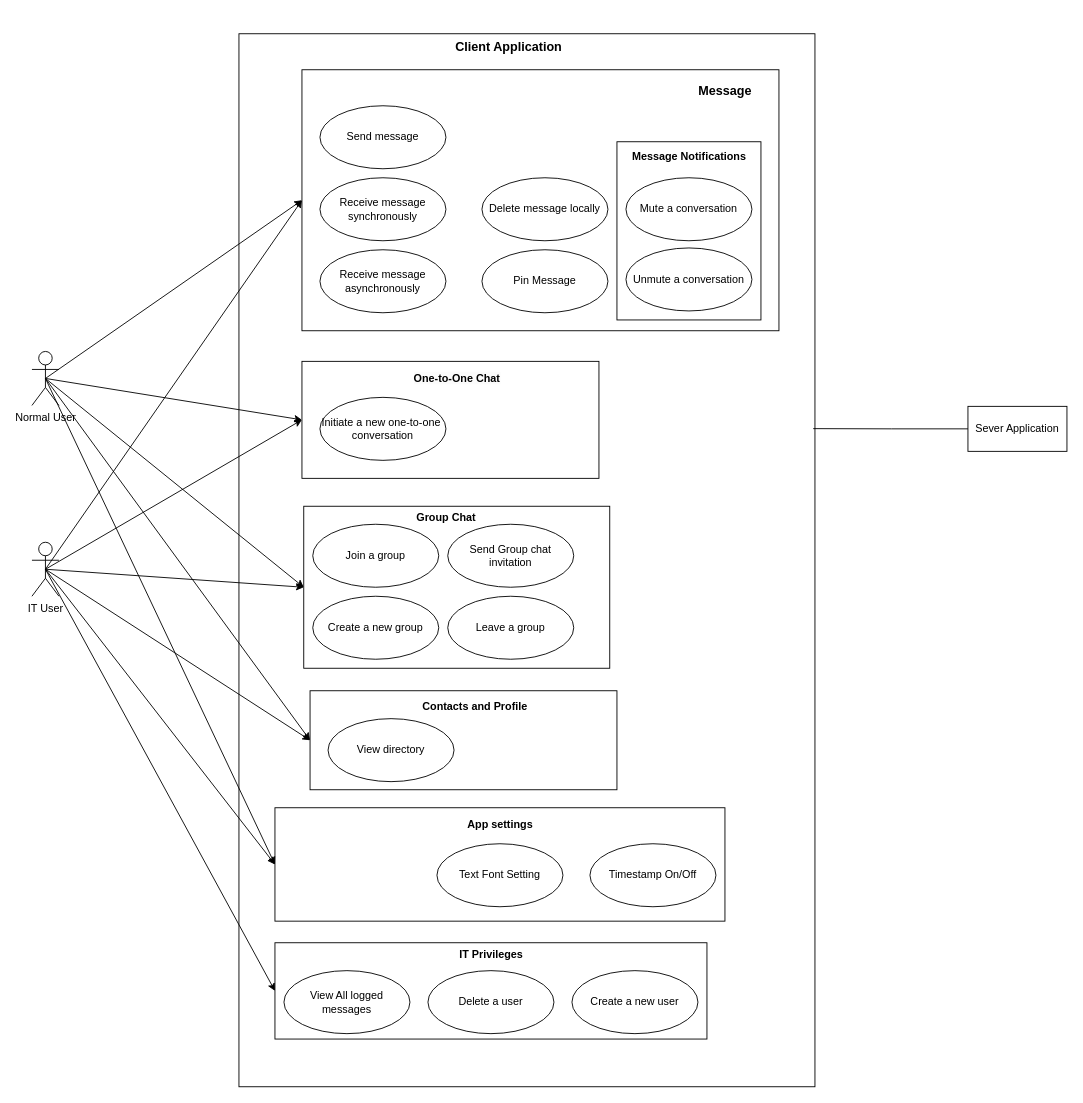
Earlier version of the draw.io diagram page "Page-1" (1 of 3) of Use_Case_Diagram/Use_Case_Diagram.drawio (Derion12/CS401_Communication_Project_Sp24). Source tidied: cells renumbered, new cells numbered last; positions are measured from the earlier drawing's top-left corner, leaving out a move shared by most shapes. Both pictures are drawn from the tidied source at 90%, with x=0, y=0 at pixel (32, 33).
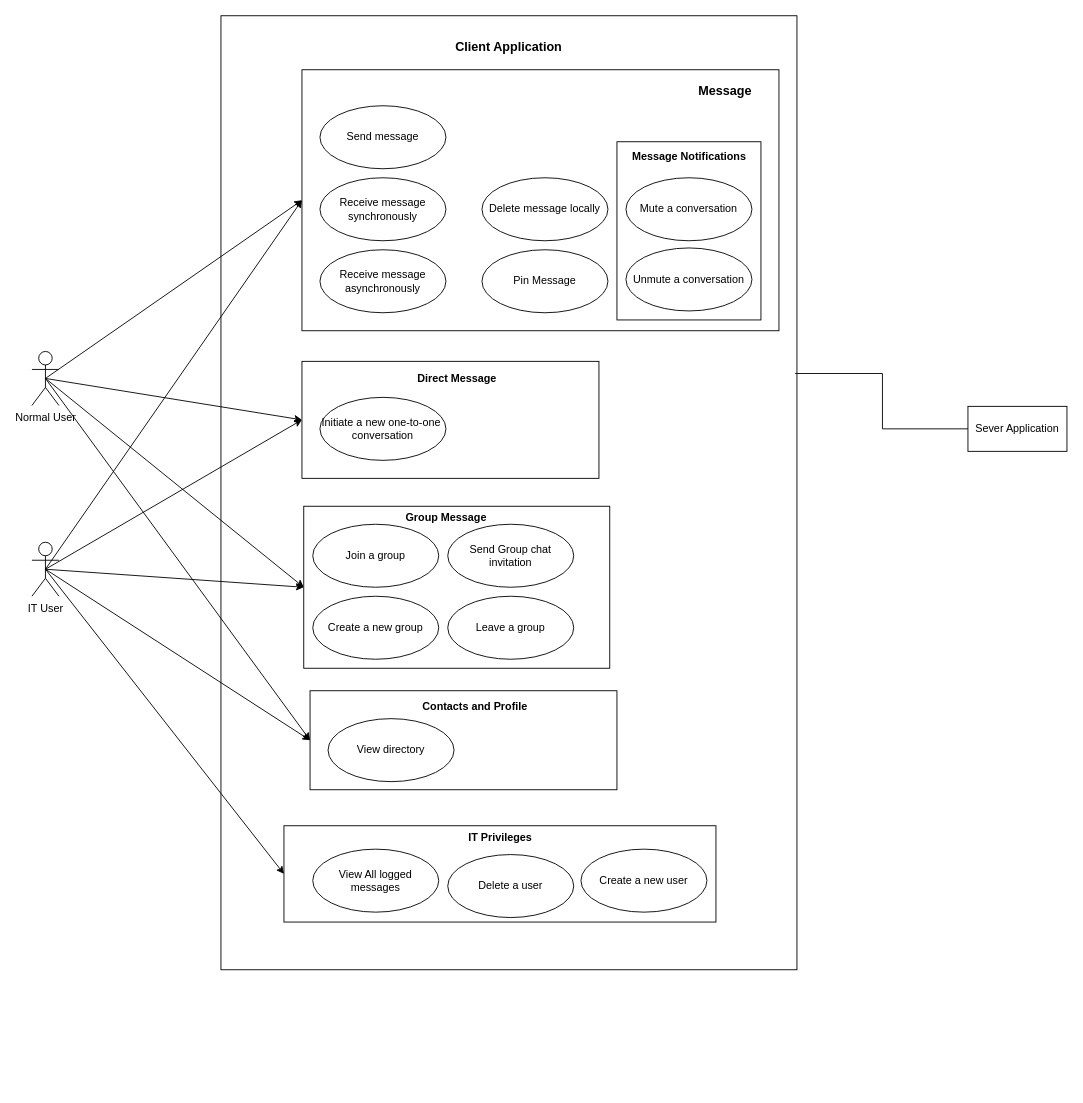
The same page after the edit.

Unchanged cells that the change refers to:
```xml
<mxCell id="14" value="Normal User" style="shape=umlActor;verticalLabelPosition=bottom;verticalAlign=top;html=1;" parent="1" vertex="1">
  <mxGeometry y="353" width="30" height="60" as="geometry" />
</mxCell>
<mxCell id="21" value="IT User" style="shape=umlActor;verticalLabelPosition=bottom;verticalAlign=top;html=1;" parent="1" vertex="1">
  <mxGeometry y="565" width="30" height="60" as="geometry" />
</mxCell>
```

The edit, as a diff of the source:
```diff
@@
     <mxCell id="2" style="rounded=0;whiteSpace=wrap;html=1;" parent="1" vertex="1">
-      <mxGeometry x="230" width="640" height="1170" as="geometry" />
+      <mxGeometry x="210" y="-20" width="640" height="1060" as="geometry" />
     </mxCell>
     <mxCell id="3" style="html=1;whiteSpace=wrap;" parent="1" vertex="1">
-      <mxGeometry x="270" y="1010" width="480" height="107" as="geometry" />
+      <mxGeometry x="280" y="880" width="480" height="107" as="geometry" />
     </mxCell>
-    <mxCell id="4" style="html=1;whiteSpace=wrap;" parent="1" vertex="1">
-      <mxGeometry x="270" y="860" width="500" height="126" as="geometry" />
-    </mxCell>
@@
-    <mxCell id="13" style="rounded=0;jettySize=auto;html=1;exitX=0.5;exitY=0.5;exitDx=0;exitDy=0;exitPerimeter=0;entryX=0;entryY=0.5;entryDx=0;entryDy=0;" parent="1" edge="1" source="14" target="4">
-      <mxGeometry relative="1" as="geometry" />
-    </mxCell>
@@
-    <mxCell id="19" style="rounded=0;jettySize=auto;html=1;exitX=0.5;exitY=0.5;exitDx=0;exitDy=0;exitPerimeter=0;entryX=0;entryY=0.5;entryDx=0;entryDy=0;" parent="1" edge="1" source="21" target="4">
-      <mxGeometry relative="1" as="geometry" />
-    </mxCell>
@@
-    <mxCell id="31" value="&lt;span style=&quot;color: rgb(0, 0, 0); font-family: Helvetica; font-size: 12px; font-style: normal; font-variant-ligatures: normal; font-variant-caps: normal; letter-spacing: normal; orphans: 2; text-align: center; text-indent: 0px; text-transform: none; widows: 2; word-spacing: 0px; -webkit-text-stroke-width: 0px; background-color: rgb(251, 251, 251); text-decoration-thickness: initial; text-decoration-style: initial; text-decoration-color: initial; float: none; display: inline !important;&quot;&gt;&lt;b&gt;One-to-One Chat&lt;/b&gt;&lt;/span&gt;" style="text;align=center;fontStyle=0;verticalAlign=middle;spacingLeft=3;spacingRight=3;strokeColor=none;html=1;" parent="1" vertex="1">
+    <mxCell id="31" value="&lt;b&gt;Direct Message&lt;/b&gt;" style="text;align=center;fontStyle=0;verticalAlign=middle;spacingLeft=3;spacingRight=3;strokeColor=none;html=1;" parent="1" vertex="1">
       <mxGeometry x="432" y="370" width="80" height="26" as="geometry" />
     </mxCell>
@@
-    <mxCell id="33" value="Group Chat" style="text;align=center;fontStyle=1;verticalAlign=middle;spacingLeft=3;spacingRight=3;strokeColor=none;html=1;" parent="1" vertex="1">
+    <mxCell id="33" value="Group Message" style="text;align=center;fontStyle=1;verticalAlign=middle;spacingLeft=3;spacingRight=3;strokeColor=none;html=1;" parent="1" vertex="1">
       <mxGeometry x="420" y="525" width="80" height="26" as="geometry" />
     </mxCell>
@@
-    <mxCell id="41" value="Text Font Setting" style="ellipse;whiteSpace=wrap;html=1;" parent="1" vertex="1">
-      <mxGeometry x="450" y="900" width="140" height="70" as="geometry" />
-    </mxCell>
-    <mxCell id="42" value="Timestamp On/Off" style="ellipse;whiteSpace=wrap;html=1;" parent="1" vertex="1">
-      <mxGeometry x="620" y="900" width="140" height="70" as="geometry" />
-    </mxCell>
-    <mxCell id="43" value="App settings" style="text;align=center;fontStyle=1;verticalAlign=middle;spacingLeft=3;spacingRight=3;strokeColor=none;html=1;" parent="1" vertex="1">
-      <mxGeometry x="480" y="866" width="80" height="26" as="geometry" />
-    </mxCell>
     <mxCell id="44" value="View All logged messages" style="ellipse;whiteSpace=wrap;html=1;" parent="1" vertex="1">
-      <mxGeometry x="280" y="1041" width="140" height="70" as="geometry" />
+      <mxGeometry x="312" y="906" width="140" height="70" as="geometry" />
     </mxCell>
     <mxCell id="45" value="Create a new user" style="ellipse;whiteSpace=wrap;html=1;" parent="1" vertex="1">
-      <mxGeometry x="600" y="1041" width="140" height="70" as="geometry" />
+      <mxGeometry x="610" y="906" width="140" height="70" as="geometry" />
     </mxCell>
     <mxCell id="46" value="Delete a user" style="ellipse;whiteSpace=wrap;html=1;" parent="1" vertex="1">
-      <mxGeometry x="440" y="1041" width="140" height="70" as="geometry" />
+      <mxGeometry x="462" y="912" width="140" height="70" as="geometry" />
     </mxCell>
     <mxCell id="47" value="IT Privileges" style="text;align=center;fontStyle=1;verticalAlign=middle;spacingLeft=3;spacingRight=3;strokeColor=none;html=1;" parent="1" vertex="1">
-      <mxGeometry x="470" y="1010" width="80" height="26" as="geometry" />
+      <mxGeometry x="480" y="880" width="80" height="26" as="geometry" />
     </mxCell>
```
